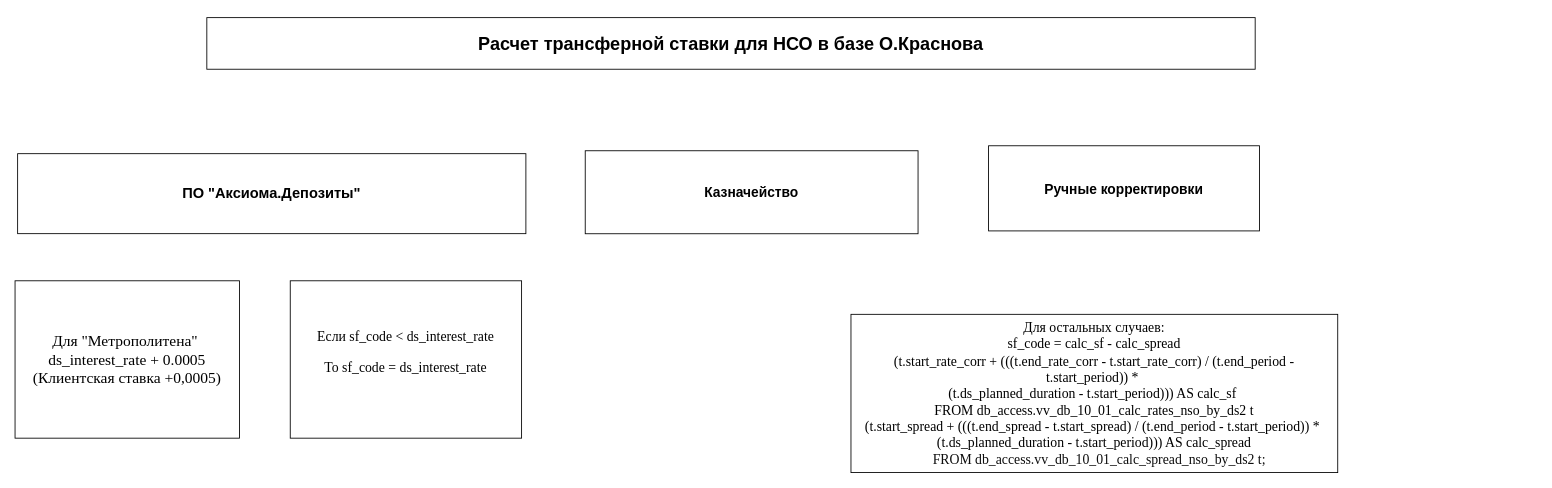
This is page "НСО" (2 of 3) of Диаграмма без названия.drawio from NATALYAAAAAAAA/potter, a draw.io file, before an edit. Source tidied: cells renumbered, new cells numbered last; positions are measured from the earlier drawing's top-left corner, leaving out a move shared by most shapes. Both pictures are drawn from the tidied source at 86%, with x=0, y=0 at pixel (15, 17).
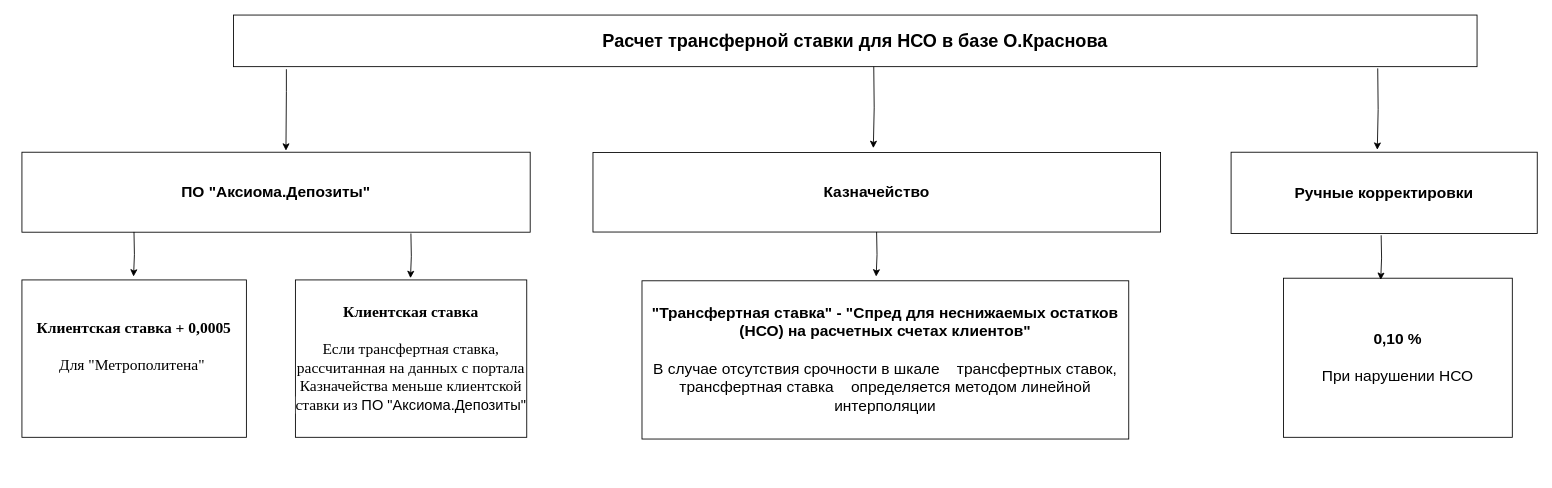
The same page after the edit.

Diff of the diagram source:
```diff
@@
-    <mxCell id="2" value="&lt;span style=&quot;text-align: start; background-color: light-dark(#ffffff, var(--ge-dark-color, #121212));&quot;&gt;&lt;font style=&quot;font-size: 18px;&quot; face=&quot;Times New Roman&quot;&gt;Для &quot;Метрополитена&quot;&amp;nbsp;&lt;/font&gt;&lt;/span&gt;&lt;div&gt;&lt;span style=&quot;text-align: start;&quot;&gt;&lt;span style=&quot;background-color: light-dark(#ffffff, var(--ge-dark-color, #121212));&quot;&gt;&lt;font style=&quot;font-size: 18px;&quot; face=&quot;Times New Roman&quot;&gt;ds_interest_rate + 0.0005&lt;/font&gt;&lt;/span&gt;&lt;/span&gt;&lt;/div&gt;&lt;div&gt;&lt;span style=&quot;text-align: start;&quot;&gt;&lt;span style=&quot;background-color: light-dark(#ffffff, var(--ge-dark-color, #121212));&quot;&gt;&lt;font style=&quot;font-size: 18px;&quot; face=&quot;Times New Roman&quot;&gt;(Клиентская ставка +0,0005)&lt;/font&gt;&lt;/span&gt;&lt;/span&gt;&lt;/div&gt;" style="rounded=0;whiteSpace=wrap;html=1;" parent="1" vertex="1">
-      <mxGeometry y="306" width="261" height="183" as="geometry" />
+    <mxCell id="2" value="&lt;div&gt;&lt;b style=&quot;font-family: &amp;quot;Times New Roman&amp;quot;; font-size: 18px; text-align: start; background-color: rgb(255, 255, 255);&quot;&gt;Клиентская ставка + 0,0005&lt;/b&gt;&lt;span style=&quot;text-align: start; background-color: light-dark(#ffffff, var(--ge-dark-color, #121212));&quot;&gt;&lt;font style=&quot;font-size: 18px;&quot; face=&quot;Times New Roman&quot;&gt;&lt;/font&gt;&lt;/span&gt;&lt;/div&gt;&lt;span style=&quot;text-align: start; background-color: light-dark(#ffffff, var(--ge-dark-color, #121212));&quot;&gt;&lt;font style=&quot;font-size: 18px;&quot; face=&quot;Times New Roman&quot;&gt;&lt;div&gt;&lt;span style=&quot;text-align: start; background-color: light-dark(#ffffff, var(--ge-dark-color, #121212));&quot;&gt;&lt;font style=&quot;font-size: 18px;&quot; face=&quot;Times New Roman&quot;&gt;&lt;br&gt;&lt;/font&gt;&lt;/span&gt;&lt;/div&gt;Для &quot;Метрополитена&quot;&amp;nbsp;&lt;/font&gt;&lt;/span&gt;&lt;div&gt;&lt;br&gt;&lt;/div&gt;&lt;div&gt;&lt;br&gt;&lt;/div&gt;" style="rounded=0;whiteSpace=wrap;html=1;" parent="1" vertex="1">
+      <mxGeometry x="8" y="305" width="261" height="183" as="geometry" />
     </mxCell>
-    <mxCell id="3" value="&lt;font style=&quot;font-size: 16px; background-color: light-dark(#ffffff, var(--ge-dark-color, #121212));&quot; face=&quot;Times New Roman&quot;&gt;Если&amp;nbsp;&lt;span&gt;sf_code &amp;lt; ds_interest_rate&lt;/span&gt;&lt;/font&gt;&lt;div&gt;&lt;div style=&quot;&quot;&gt;&lt;pre style=&quot;font-variant-numeric: normal; font-variant-east-asian: normal; font-variant-alternates: normal; font-size-adjust: none; font-language-override: normal; font-kerning: auto; font-optical-sizing: auto; font-feature-settings: normal; font-variation-settings: normal; font-variant-position: normal; font-variant-emoji: normal; font-stretch: normal; line-height: 22px; overflow: auto; text-wrap-mode: wrap; word-break: break-all; padding: 16px; margin: 0px !important;&quot;&gt;&lt;font style=&quot;font-size: 16px; background-color: light-dark(#ffffff, var(--ge-dark-color, #121212));&quot; face=&quot;Times New Roman&quot;&gt;То sf_code &lt;span class=&quot;token operator&quot; style=&quot;&quot;&gt;=&lt;/span&gt; ds_interest_rate&lt;/font&gt;&lt;/pre&gt;&lt;/div&gt;&lt;/div&gt;" style="rounded=0;whiteSpace=wrap;html=1;spacing=1;verticalAlign=middle;align=center;" parent="1" vertex="1">
-      <mxGeometry x="320" y="306" width="269" height="183" as="geometry" />
+    <mxCell id="3" value="&lt;font face=&quot;Times New Roman&quot; style=&quot;font-size: 18px;&quot;&gt;&lt;span style=&quot;background-color: rgb(255, 255, 255);&quot;&gt;&lt;b&gt;Клиентская ставка&lt;/b&gt;&lt;/span&gt;&lt;/font&gt;&lt;div&gt;&lt;font face=&quot;Times New Roman&quot;&gt;&lt;span style=&quot;font-size: 18px;&quot;&gt;&lt;br&gt;&lt;/span&gt;&lt;/font&gt;&lt;div&gt;&lt;font face=&quot;Times New Roman&quot; style=&quot;font-size: 18px;&quot;&gt;&lt;span style=&quot;background-color: rgb(255, 255, 255);&quot;&gt;Если трансфертная ставка, рассчитанная на данных с портала Казначейства меньше клиентской ставки из&amp;nbsp;&lt;/span&gt;&lt;/font&gt;&lt;span style=&quot;background-color: transparent; color: light-dark(rgb(0, 0, 0), rgb(255, 255, 255)); font-size: 14px;&quot;&gt;&lt;font style=&quot;font-size: 17px;&quot;&gt;ПО&lt;b&gt; &lt;/b&gt;&quot;Аксиома.Депозиты&quot;&lt;/font&gt;&lt;/span&gt;&lt;/div&gt;&lt;/div&gt;" style="rounded=0;whiteSpace=wrap;html=1;spacing=1;verticalAlign=middle;align=center;" parent="1" vertex="1">
+      <mxGeometry x="326" y="305" width="269" height="183" as="geometry" />
     </mxCell>
-    <mxCell id="4" value="&lt;span style=&quot;text-align: start; background-color: light-dark(#ffffff, var(--ge-dark-color, #121212));&quot;&gt;&lt;font face=&quot;Times New Roman&quot; style=&quot;font-size: 16px;&quot;&gt;&lt;font style=&quot;text-align: center;&quot;&gt;Для остальных случаев:&lt;/font&gt;&lt;div style=&quot;text-align: center;&quot;&gt;&lt;/div&gt;&lt;span style=&quot;text-align: center;&quot;&gt;sf_code &lt;/span&gt;&lt;span class=&quot;token operator&quot; style=&quot;text-align: center;&quot;&gt;=&lt;/span&gt;&lt;span style=&quot;text-align: center;&quot;&gt; calc_sf &lt;/span&gt;&lt;span class=&quot;token operator&quot; style=&quot;text-align: center;&quot;&gt;-&lt;/span&gt;&lt;span style=&quot;text-align: center;&quot;&gt; calc_spread&lt;/span&gt;&lt;br&gt;&lt;span style=&quot;text-align: center;&quot;&gt;(t.start_rate_corr + (((t.end_rate_corr - t.start_rate_corr) / (t.end_period - t.start_period)) *&amp;nbsp;&lt;/span&gt;&lt;/font&gt;&lt;/span&gt;&lt;div&gt;&lt;span style=&quot;text-align: start; background-color: light-dark(#ffffff, var(--ge-dark-color, #121212));&quot;&gt;&lt;font face=&quot;Times New Roman&quot; style=&quot;font-size: 16px;&quot;&gt;&lt;span style=&quot;text-align: center;&quot;&gt;(t.ds_planned_duration - t.start_period))) AS calc_sf&lt;/span&gt;&lt;font style=&quot;&quot;&gt;&amp;nbsp;&lt;br&gt;&lt;/font&gt;&lt;/font&gt;&lt;/span&gt;&lt;div&gt;&lt;span style=&quot;text-align: start;&quot;&gt;&lt;span style=&quot;background-color: light-dark(#ffffff, var(--ge-dark-color, #121212));&quot;&gt;&lt;font face=&quot;Times New Roman&quot; style=&quot;font-size: 16px;&quot;&gt;&lt;span style=&quot;text-align: center;&quot;&gt;FROM&lt;/span&gt;&lt;span style=&quot;text-align: center;&quot;&gt;&amp;nbsp;db_access.vv_db_10_01_calc_rates_nso_by_ds2 t&lt;/span&gt;&lt;/font&gt;&lt;/span&gt;&lt;/span&gt;&lt;/div&gt;&lt;div style=&quot;white-space: pre;&quot;&gt;&lt;font style=&quot;background-color: light-dark(#ffffff, var(--ge-dark-color, #121212)); font-size: 16px;&quot; face=&quot;Times New Roman&quot;&gt;(t.start_spread + (((t.end_spread - t.start_spread) / (t.end_period - t.start_period)) * &lt;/font&gt;&lt;/div&gt;&lt;div style=&quot;white-space: pre;&quot;&gt;&lt;font style=&quot;background-color: light-dark(#ffffff, var(--ge-dark-color, #121212)); font-size: 16px;&quot; face=&quot;Times New Roman&quot;&gt;(t.ds_planned_duration - t.start_period))) AS calc_spread&lt;/font&gt;&lt;/div&gt;&lt;div&gt;&lt;span style=&quot;text-align: start;&quot;&gt;&lt;span style=&quot;white-space: pre; text-align: center; background-color: light-dark(#ffffff, var(--ge-dark-color, #121212)); color: rgb(13, 13, 13);&quot;&gt;&lt;font face=&quot;Times New Roman&quot; style=&quot;font-size: 16px;&quot;&gt;&amp;nbsp; &amp;nbsp;FROM db_access.vv_db_10_01_calc_spread_nso_by_ds2 t;&lt;/font&gt;&lt;/span&gt;&lt;/span&gt;&lt;/div&gt;&lt;/div&gt;" style="rounded=0;whiteSpace=wrap;html=1;" parent="1" vertex="1">
-      <mxGeometry x="972" y="345" width="566" height="184" as="geometry" />
+    <mxCell id="4" value="&lt;font style=&quot;font-size: 18px;&quot;&gt;&lt;b&gt;&quot;Трансфертная ставка&quot; - &quot;Спред для неснижаемых остатков (НСО) на расчетных счетах клиентов&quot;&lt;/b&gt;&lt;/font&gt;&lt;div&gt;&lt;span style=&quot;font-size: 18px;&quot;&gt;&lt;b&gt;&lt;br&gt;&lt;/b&gt;&lt;/span&gt;&lt;div&gt;&lt;font style=&quot;&quot;&gt;&lt;span style=&quot;text-align: left;&quot;&gt;&lt;font style=&quot;font-size: 18px;&quot;&gt;В случае отсутствия срочности в шкале&amp;nbsp; &amp;nbsp; трансфертных ставок, трансфертная ставка&amp;nbsp; &amp;nbsp; определяется методом линейной интерполяции&lt;/font&gt;&lt;/span&gt;&lt;span style=&quot;font-size: 18px;&quot;&gt;&lt;b&gt;&lt;/b&gt;&lt;/span&gt;&lt;/font&gt;&lt;/div&gt;&lt;/div&gt;" style="rounded=0;whiteSpace=wrap;html=1;" parent="1" vertex="1">
+      <mxGeometry x="729" y="306" width="566" height="184" as="geometry" />
     </mxCell>
     <mxCell id="5" value="&lt;font style=&quot;font-size: 21px;&quot;&gt;Расчет трансферной ставки для НСО в базе О.Краснова&lt;/font&gt;" style="rounded=0;whiteSpace=wrap;html=1;fontStyle=1;" parent="1" vertex="1">
-      <mxGeometry x="223" width="1219" height="60" as="geometry" />
+      <mxGeometry x="254" y="-3" width="1446" height="60" as="geometry" />
     </mxCell>
-    <mxCell id="6" value="&lt;b style=&quot;font-size: 14px;&quot;&gt;&lt;font style=&quot;font-size: 17px;&quot;&gt;ПО &quot;Аксиома.Депозиты&quot;&lt;/font&gt;&lt;/b&gt;" style="rounded=0;whiteSpace=wrap;html=1;" parent="1" vertex="1">
-      <mxGeometry x="3" y="158.2" width="591" height="93" as="geometry" />
+    <mxCell id="6" value="&lt;b style=&quot;&quot;&gt;&lt;font style=&quot;font-size: 18px;&quot;&gt;ПО &quot;Аксиома.Депозиты&quot;&lt;/font&gt;&lt;/b&gt;" style="rounded=0;whiteSpace=wrap;html=1;" parent="1" vertex="1">
+      <mxGeometry x="8" y="156.5" width="591" height="93" as="geometry" />
     </mxCell>
-    <mxCell id="7" value="&lt;b style=&quot;font-size: 14px;&quot;&gt;&lt;font style=&quot;font-size: 16px;&quot;&gt;Казначейство&lt;/font&gt;&lt;/b&gt;" style="rounded=0;whiteSpace=wrap;html=1;" parent="1" vertex="1">
-      <mxGeometry x="663" y="154.8" width="387" height="96.5" as="geometry" />
+    <mxCell id="7" value="&lt;b style=&quot;&quot;&gt;&lt;font style=&quot;font-size: 18px;&quot;&gt;Казначейство&lt;/font&gt;&lt;/b&gt;" style="rounded=0;whiteSpace=wrap;html=1;" parent="1" vertex="1">
+      <mxGeometry x="672" y="156.8" width="660" height="92.5" as="geometry" />
     </mxCell>
-    <mxCell id="8" value="&lt;font style=&quot;font-size: 16px;&quot;&gt;&lt;b&gt;Ручные корректировки&lt;/b&gt;&lt;/font&gt;" style="rounded=0;whiteSpace=wrap;html=1;" parent="1" vertex="1">
-      <mxGeometry x="1132" y="149" width="315" height="99" as="geometry" />
+    <mxCell id="8" value="&lt;font style=&quot;font-size: 18px;&quot;&gt;&lt;b style=&quot;&quot;&gt;Ручные корректировки&lt;/b&gt;&lt;/font&gt;" style="rounded=0;whiteSpace=wrap;html=1;" parent="1" vertex="1">
+      <mxGeometry x="1414" y="156.5" width="356" height="94.5" as="geometry" />
     </mxCell>
+    <mxCell id="9" value="&lt;font style=&quot;font-size: 18px;&quot;&gt;&lt;b&gt;0,10 %&lt;/b&gt;&lt;/font&gt;&lt;div&gt;&lt;font style=&quot;font-size: 18px;&quot;&gt;&lt;b&gt;&lt;br&gt;&lt;/b&gt;&lt;/font&gt;&lt;/div&gt;&lt;div&gt;&lt;font style=&quot;font-size: 18px;&quot;&gt;При нарушении НСО&lt;/font&gt;&lt;/div&gt;" style="rounded=0;whiteSpace=wrap;html=1;" parent="1" vertex="1">
+      <mxGeometry x="1475" y="303" width="266" height="185" as="geometry" />
+    </mxCell>
+    <mxCell id="10" style="edgeStyle=orthogonalEdgeStyle;rounded=0;orthogonalLoop=1;jettySize=auto;html=1;" parent="1" edge="1">
+      <mxGeometry relative="1" as="geometry">
+        <mxPoint x="315.5" y="60" as="sourcePoint" />
+        <mxPoint x="315" y="154.7" as="targetPoint" />
+        <Array as="points">
+          <mxPoint x="315" y="86" />
+          <mxPoint x="315" y="86" />
+        </Array>
+      </mxGeometry>
+    </mxCell>
+    <mxCell id="11" style="edgeStyle=orthogonalEdgeStyle;rounded=0;orthogonalLoop=1;jettySize=auto;html=1;" parent="1" edge="1">
+      <mxGeometry relative="1" as="geometry">
+        <mxPoint x="1584.5" y="59" as="sourcePoint" />
+        <mxPoint x="1584" y="153.7" as="targetPoint" />
+      </mxGeometry>
+    </mxCell>
+    <mxCell id="12" style="edgeStyle=orthogonalEdgeStyle;rounded=0;orthogonalLoop=1;jettySize=auto;html=1;" parent="1" edge="1">
+      <mxGeometry relative="1" as="geometry">
+        <mxPoint x="998.5" y="57" as="sourcePoint" />
+        <mxPoint x="998" y="151.7" as="targetPoint" />
+      </mxGeometry>
+    </mxCell>
+    <mxCell id="13" value="&lt;div&gt;&lt;br&gt;&lt;/div&gt;&lt;div&gt;&lt;br&gt;&lt;/div&gt;" style="edgeStyle=orthogonalEdgeStyle;rounded=0;orthogonalLoop=1;jettySize=auto;html=1;" parent="1" edge="1">
+      <mxGeometry relative="1" as="geometry">
+        <mxPoint x="138.3" y="249.2" as="sourcePoint" />
+        <mxPoint x="137.8" y="301.1" as="targetPoint" />
+      </mxGeometry>
+    </mxCell>
+    <mxCell id="14" value="&lt;div&gt;&lt;br&gt;&lt;/div&gt;&lt;div&gt;&lt;br&gt;&lt;/div&gt;" style="edgeStyle=orthogonalEdgeStyle;rounded=0;orthogonalLoop=1;jettySize=auto;html=1;" parent="1" edge="1">
+      <mxGeometry relative="1" as="geometry">
+        <mxPoint x="1001.8" y="249.2" as="sourcePoint" />
+        <mxPoint x="1001.3" y="301.1" as="targetPoint" />
+      </mxGeometry>
+    </mxCell>
+    <mxCell id="15" value="&lt;div&gt;&lt;br&gt;&lt;/div&gt;&lt;div&gt;&lt;br&gt;&lt;/div&gt;" style="edgeStyle=orthogonalEdgeStyle;rounded=0;orthogonalLoop=1;jettySize=auto;html=1;" parent="1" edge="1">
+      <mxGeometry relative="1" as="geometry">
+        <mxPoint x="1588.5" y="253.1" as="sourcePoint" />
+        <mxPoint x="1588" y="305" as="targetPoint" />
+      </mxGeometry>
+    </mxCell>
+    <mxCell id="16" value="&lt;div&gt;&lt;br&gt;&lt;/div&gt;&lt;div&gt;&lt;br&gt;&lt;/div&gt;" style="edgeStyle=orthogonalEdgeStyle;rounded=0;orthogonalLoop=1;jettySize=auto;html=1;" parent="1" edge="1">
+      <mxGeometry relative="1" as="geometry">
+        <mxPoint x="460.3" y="251" as="sourcePoint" />
+        <mxPoint x="459.8" y="302.9" as="targetPoint" />
+      </mxGeometry>
+    </mxCell>
```
